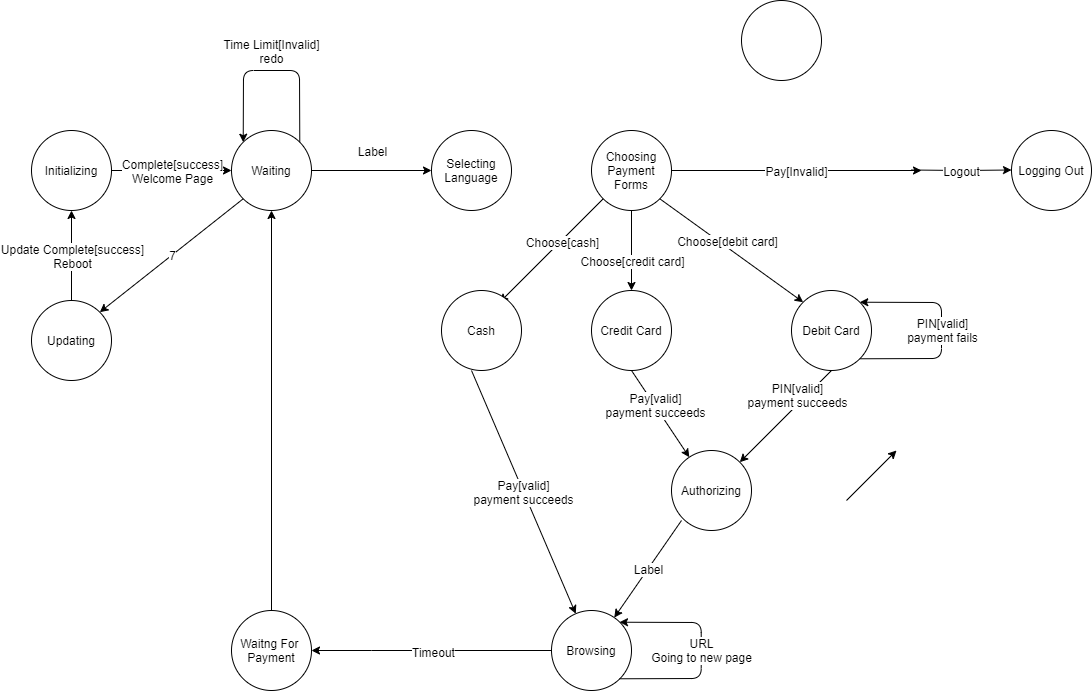
The draw.io diagram test_12046.png in RAND1925/drawio_draft, before a commit. Source tidied: cells renumbered, new cells last; positions are measured from the earlier drawing's top-left corner, leaving out a move shared by most shapes. Its diagram source:
```xml
<mxGraphModel background="#ffffff">
  <root>
    <mxCell id="0" />
    <mxCell id="1" parent="0" />
    <mxCell id="2" value="Initializing" style="ellipse;whiteSpace=wrap;html=1;" parent="1" vertex="1">
      <mxGeometry y="130" width="80" height="80" as="geometry" />
    </mxCell>
    <mxCell id="3" style="endArrow=classic;html=1;entryX=0;entryY=0.5;entryDx=0;entryDy=0;exitX=1;exitY=0.5;exitDx=0;exitDy=0;" parent="1" edge="1" source="2" target="23">
      <mxGeometry relative="1" as="geometry">
        <Array as="points">
          <mxPoint x="150" y="170" />
        </Array>
      </mxGeometry>
    </mxCell>
    <mxCell id="4" value="Complete[success]&lt;br&gt;Welcome Page" style="edgeLabel;html=1;align=center;verticalAlign=middle;" parent="3" vertex="1">
      <mxGeometry relative="1" as="geometry" />
    </mxCell>
    <mxCell id="5" style="endArrow=classic;html=1;" parent="1" edge="1" source="7">
      <mxGeometry relative="1" as="geometry">
        <mxPoint x="890" y="170" as="targetPoint" />
      </mxGeometry>
    </mxCell>
    <mxCell id="6" value="Pay[Invalid]" style="edgeLabel;html=1;align=center;verticalAlign=middle;" parent="5" vertex="1">
      <mxGeometry relative="1" as="geometry">
        <mxPoint x="-1" as="offset" />
      </mxGeometry>
    </mxCell>
    <mxCell id="7" value="Choosing&lt;br&gt;Payment Forms" style="ellipse;whiteSpace=wrap;html=1;" parent="1" vertex="1">
      <mxGeometry x="560" y="130" width="80" height="80" as="geometry" />
    </mxCell>
    <mxCell id="8" value="Logging Out" style="ellipse;whiteSpace=wrap;html=1;" parent="1" vertex="1">
      <mxGeometry x="980" y="130" width="80" height="80" as="geometry" />
    </mxCell>
    <mxCell id="9" style="ellipse;whiteSpace=wrap;html=1;" parent="1" vertex="1">
      <mxGeometry x="710" width="80" height="80" as="geometry" />
    </mxCell>
    <mxCell id="10" style="endArrow=classic;html=1;" parent="1" edge="1">
      <mxGeometry relative="1" as="geometry">
        <mxPoint x="880" y="169.5" as="sourcePoint" />
        <mxPoint x="980" y="169.5" as="targetPoint" />
        <Array as="points">
          <mxPoint x="930" y="170" />
        </Array>
      </mxGeometry>
    </mxCell>
    <mxCell id="11" value="Logout" style="edgeLabel;html=1;align=center;verticalAlign=middle;" parent="10" vertex="1">
      <mxGeometry relative="1" as="geometry" />
    </mxCell>
    <mxCell id="12" style="endArrow=classic;html=1;entryX=1;entryY=0;entryDx=0;entryDy=0;" parent="1" edge="1" source="7">
      <mxGeometry relative="1" as="geometry">
        <mxPoint x="468.3" y="301.7" as="targetPoint" />
      </mxGeometry>
    </mxCell>
    <mxCell id="13" value="Choose[cash]" style="edgeLabel;html=1;align=center;verticalAlign=middle;" parent="12" vertex="1">
      <mxGeometry relative="1" as="geometry">
        <mxPoint x="10.6" y="-8.7" as="offset" />
      </mxGeometry>
    </mxCell>
    <mxCell id="14" value="Cash" style="ellipse;whiteSpace=wrap;html=1;" parent="1" vertex="1">
      <mxGeometry x="410" y="290" width="80" height="80" as="geometry" />
    </mxCell>
    <mxCell id="15" style="rounded=0;jettySize=auto;html=1;exitX=0.5;exitY=1;exitDx=0;exitDy=0;" parent="1" edge="1" source="17" target="31">
      <mxGeometry relative="1" as="geometry" />
    </mxCell>
    <mxCell id="16" value="Pay[valid]&lt;br&gt;payment succeeds" style="edgeLabel;html=1;align=center;verticalAlign=middle;" parent="15" vertex="1">
      <mxGeometry x="-0.2" relative="1" as="geometry" />
    </mxCell>
    <mxCell id="17" value="Credit Card" style="ellipse;whiteSpace=wrap;html=1;" parent="1" vertex="1">
      <mxGeometry x="560" y="290" width="80" height="80" as="geometry" />
    </mxCell>
    <mxCell id="18" style="endArrow=classic;html=1;exitX=0.5;exitY=1;exitDx=0;exitDy=0;entryX=0.5;entryY=0;entryDx=0;entryDy=0;" parent="1" edge="1" source="7" target="17">
      <mxGeometry relative="1" as="geometry" />
    </mxCell>
    <mxCell id="19" value="Choose[credit card]" style="edgeLabel;html=1;align=center;verticalAlign=middle;" parent="18" vertex="1">
      <mxGeometry relative="1" as="geometry">
        <mxPoint y="10" as="offset" />
      </mxGeometry>
    </mxCell>
    <mxCell id="20" value="Debit Card" style="ellipse;whiteSpace=wrap;html=1;" parent="1" vertex="1">
      <mxGeometry x="760" y="290" width="80" height="80" as="geometry" />
    </mxCell>
    <mxCell id="21" style="endArrow=classic;html=1;exitX=1;exitY=1;exitDx=0;exitDy=0;entryX=0;entryY=0;entryDx=0;entryDy=0;" parent="1" edge="1" source="7" target="20">
      <mxGeometry relative="1" as="geometry" />
    </mxCell>
    <mxCell id="22" value="Choose[debit card]" style="edgeLabel;html=1;align=center;verticalAlign=middle;" parent="21" vertex="1">
      <mxGeometry relative="1" as="geometry">
        <mxPoint x="-4.5" y="-9.4" as="offset" />
      </mxGeometry>
    </mxCell>
    <mxCell id="23" value="Waiting" style="ellipse;whiteSpace=wrap;html=1;" parent="1" vertex="1">
      <mxGeometry x="200" y="130" width="80" height="80" as="geometry" />
    </mxCell>
    <mxCell id="24" style="endArrow=classic;html=1;exitX=0.5;exitY=0;exitDx=0;exitDy=0;entryX=0.5;entryY=1;entryDx=0;entryDy=0;" parent="1" edge="1" source="41" target="23">
      <mxGeometry relative="1" as="geometry" />
    </mxCell>
    <mxCell id="25" style="endArrow=classic;html=1;exitX=0.5;exitY=1;exitDx=0;exitDy=0;entryX=1;entryY=0;entryDx=0;entryDy=0;" parent="1" edge="1" source="20" target="31">
      <mxGeometry relative="1" as="geometry" />
    </mxCell>
    <mxCell id="26" value="PIN[valid]&lt;br&gt;payment succeeds" style="edgeLabel;html=1;align=center;verticalAlign=middle;" parent="25" vertex="1">
      <mxGeometry relative="1" as="geometry">
        <mxPoint x="11" y="-21.3" as="offset" />
      </mxGeometry>
    </mxCell>
    <mxCell id="27" style="endArrow=classic;html=1;exitX=1;exitY=0;exitDx=0;exitDy=0;entryX=0;entryY=0;entryDx=0;entryDy=0;" parent="1" edge="1" source="23" target="23">
      <mxGeometry relative="1" as="geometry">
        <Array as="points">
          <mxPoint x="268" y="70" />
          <mxPoint x="212" y="70" />
        </Array>
      </mxGeometry>
    </mxCell>
    <mxCell id="28" value="Time Limit[Invalid]&lt;br&gt;redo" style="edgeLabel;html=1;align=center;verticalAlign=middle;" parent="27" vertex="1">
      <mxGeometry relative="1" as="geometry">
        <mxPoint x="0.3" y="-20" as="offset" />
      </mxGeometry>
    </mxCell>
    <mxCell id="29" style="endArrow=classic;html=1;exitX=1;exitY=1;exitDx=0;exitDy=0;entryX=1;entryY=0;entryDx=0;entryDy=0;" parent="1" edge="1" source="20" target="20">
      <mxGeometry relative="1" as="geometry">
        <Array as="points">
          <mxPoint x="910" y="358" />
          <mxPoint x="910" y="302" />
        </Array>
      </mxGeometry>
    </mxCell>
    <mxCell id="30" value="PIN[valid]&lt;br&gt;payment fails" style="edgeLabel;html=1;align=center;verticalAlign=middle;" parent="29" vertex="1">
      <mxGeometry relative="1" as="geometry" />
    </mxCell>
    <mxCell id="31" value="Authorizing" style="ellipse;whiteSpace=wrap;html=1;" parent="1" vertex="1">
      <mxGeometry x="640" y="450" width="80" height="80" as="geometry" />
    </mxCell>
    <mxCell id="32" style="endArrow=classic;html=1;exitX=0.5;exitY=1;exitDx=0;exitDy=0;" parent="1" edge="1" target="36">
      <mxGeometry relative="1" as="geometry">
        <mxPoint x="440" y="370" as="sourcePoint" />
      </mxGeometry>
    </mxCell>
    <mxCell id="33" value="Pay[valid]&lt;br&gt;payment succeeds" style="edgeLabel;html=1;align=center;verticalAlign=middle;" parent="32" vertex="1">
      <mxGeometry relative="1" as="geometry" />
    </mxCell>
    <mxCell id="34" style="edgeStyle=none;rounded=0;jettySize=auto;html=1;exitX=0;exitY=0.5;exitDx=0;exitDy=0;entryX=1;entryY=0.5;entryDx=0;entryDy=0;" parent="1" edge="1" source="36" target="41">
      <mxGeometry relative="1" as="geometry">
        <Array as="points">
          <mxPoint x="340" y="650" />
        </Array>
      </mxGeometry>
    </mxCell>
    <mxCell id="35" value="Timeout" style="edgeLabel;html=1;align=center;verticalAlign=middle;" parent="34" vertex="1">
      <mxGeometry x="-0.01" y="1" relative="1" as="geometry" />
    </mxCell>
    <mxCell id="36" value="Browsing" style="ellipse;whiteSpace=wrap;html=1;" parent="1" vertex="1">
      <mxGeometry x="520" y="610" width="80" height="80" as="geometry" />
    </mxCell>
    <mxCell id="37" style="endArrow=classic;html=1;exitX=0.125;exitY=0.875;exitDx=0;exitDy=0;exitPerimeter=0;" parent="1" edge="1" source="31" target="36">
      <mxGeometry relative="1" as="geometry" />
    </mxCell>
    <mxCell id="38" value="Label" style="edgeLabel;html=1;align=center;verticalAlign=middle;" parent="37" vertex="1">
      <mxGeometry relative="1" as="geometry" />
    </mxCell>
    <mxCell id="39" style="endArrow=classic;html=1;exitX=1;exitY=1;exitDx=0;exitDy=0;entryX=1;entryY=0;entryDx=0;entryDy=0;" parent="1" edge="1">
      <mxGeometry relative="1" as="geometry">
        <mxPoint x="588" y="678.3" as="sourcePoint" />
        <mxPoint x="588" y="621.7" as="targetPoint" />
        <Array as="points">
          <mxPoint x="669.7" y="678" />
          <mxPoint x="669.7" y="622" />
        </Array>
      </mxGeometry>
    </mxCell>
    <mxCell id="40" value="URL&lt;br&gt;Going to new page" style="edgeLabel;html=1;align=center;verticalAlign=middle;" parent="39" vertex="1">
      <mxGeometry relative="1" as="geometry" />
    </mxCell>
    <mxCell id="41" value="Waitng For&amp;nbsp;&lt;br&gt;Payment" style="ellipse;whiteSpace=wrap;html=1;" parent="1" vertex="1">
      <mxGeometry x="200" y="610" width="80" height="80" as="geometry" />
    </mxCell>
    <mxCell id="42" style="endArrow=classic;html=1;" parent="1" edge="1">
      <mxGeometry relative="1" as="geometry">
        <mxPoint x="815" y="500" as="sourcePoint" />
        <mxPoint x="865" y="450" as="targetPoint" />
      </mxGeometry>
    </mxCell>
    <mxCell id="43" value="Updating" style="ellipse;whiteSpace=wrap;html=1;" parent="1" vertex="1">
      <mxGeometry y="300" width="80" height="80" as="geometry" />
    </mxCell>
    <mxCell id="44" style="endArrow=classic;html=1;exitX=0;exitY=1;exitDx=0;exitDy=0;entryX=1;entryY=0;entryDx=0;entryDy=0;" parent="1" edge="1" source="23" target="43">
      <mxGeometry relative="1" as="geometry" />
    </mxCell>
    <mxCell id="45" value="7" style="edgeLabel;html=1;align=center;verticalAlign=middle;" parent="44" vertex="1">
      <mxGeometry relative="1" as="geometry" />
    </mxCell>
    <mxCell id="46" style="endArrow=classic;html=1;exitX=0.5;exitY=0;exitDx=0;exitDy=0;entryX=0.5;entryY=1;entryDx=0;entryDy=0;" parent="1" edge="1" source="43" target="2">
      <mxGeometry relative="1" as="geometry" />
    </mxCell>
    <mxCell id="47" value="Update Complete[success]&lt;br&gt;Reboot" style="edgeLabel;html=1;align=center;verticalAlign=middle;" parent="46" vertex="1">
      <mxGeometry relative="1" as="geometry" />
    </mxCell>
    <mxCell id="48" value="Selecting&lt;br&gt;Language" style="ellipse;whiteSpace=wrap;html=1;" parent="1" vertex="1">
      <mxGeometry x="400" y="130" width="80" height="80" as="geometry" />
    </mxCell>
    <mxCell id="49" style="endArrow=classic;html=1;exitX=1;exitY=0.5;exitDx=0;exitDy=0;entryX=0;entryY=0.5;entryDx=0;entryDy=0;" parent="1" edge="1" source="23" target="48">
      <mxGeometry relative="1" as="geometry" />
    </mxCell>
    <mxCell id="50" value="Label" style="edgeLabel;html=1;align=center;verticalAlign=middle;" parent="49" vertex="1">
      <mxGeometry relative="1" as="geometry">
        <mxPoint y="-20" as="offset" />
      </mxGeometry>
    </mxCell>
  </root>
</mxGraphModel>
```
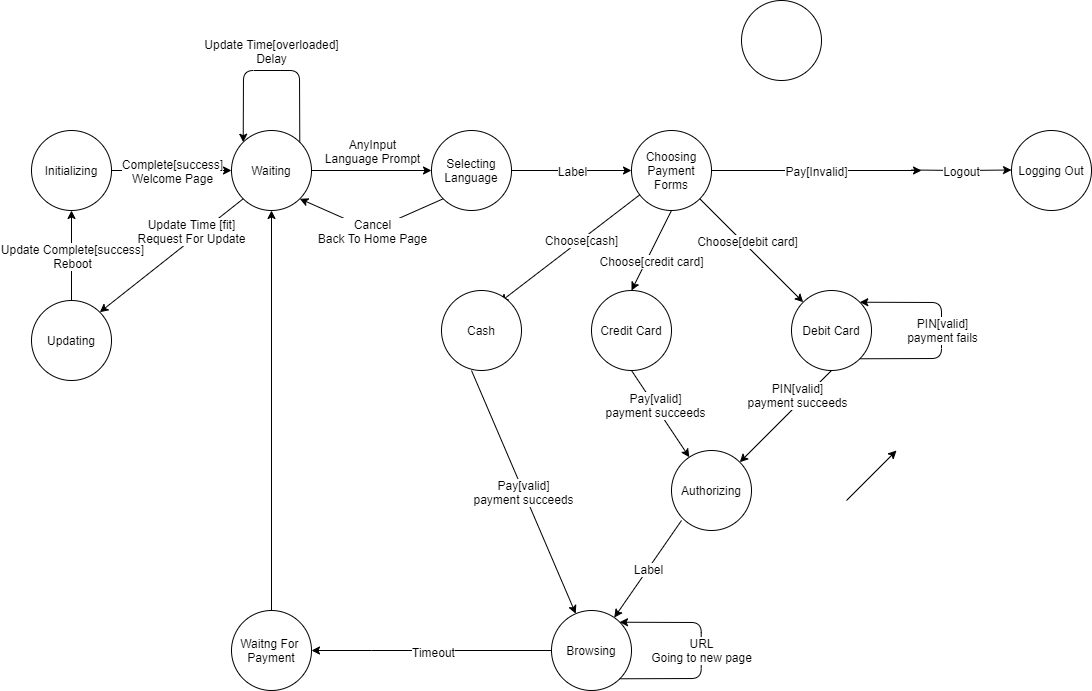
Above is the later version.

The edit, as a diff of the source:
```diff
@@ -26,7 +26,7 @@
       </mxGeometry>
     </mxCell>
     <mxCell id="7" value="Choosing&lt;br&gt;Payment Forms" style="ellipse;whiteSpace=wrap;html=1;" parent="1" vertex="1">
-      <mxGeometry x="560" y="130" width="80" height="80" as="geometry" />
+      <mxGeometry x="600" y="130" width="80" height="80" as="geometry" />
     </mxCell>
     <mxCell id="8" value="Logging Out" style="ellipse;whiteSpace=wrap;html=1;" parent="1" vertex="1">
       <mxGeometry x="980" y="130" width="80" height="80" as="geometry" />
@@ -109,7 +109,7 @@
         </Array>
       </mxGeometry>
     </mxCell>
-    <mxCell id="28" value="Time Limit[Invalid]&lt;br&gt;redo" style="edgeLabel;html=1;align=center;verticalAlign=middle;" parent="27" vertex="1">
+    <mxCell id="28" value="Update Time[overloaded]&lt;br&gt;Delay" style="edgeLabel;html=1;align=center;verticalAlign=middle;" parent="27" vertex="1">
       <mxGeometry relative="1" as="geometry">
         <mxPoint x="0.3" y="-20" as="offset" />
       </mxGeometry>
@@ -183,8 +183,10 @@
     <mxCell id="44" style="endArrow=classic;html=1;exitX=0;exitY=1;exitDx=0;exitDy=0;entryX=1;entryY=0;entryDx=0;entryDy=0;" parent="1" edge="1" source="23" target="43">
       <mxGeometry relative="1" as="geometry" />
     </mxCell>
-    <mxCell id="45" value="7" style="edgeLabel;html=1;align=center;verticalAlign=middle;" parent="44" vertex="1">
-      <mxGeometry relative="1" as="geometry" />
+    <mxCell id="45" value="Update Time [fit]&lt;br&gt;Request For Update" style="edgeLabel;html=1;align=center;verticalAlign=middle;" parent="44" vertex="1">
+      <mxGeometry relative="1" as="geometry">
+        <mxPoint x="19.7" y="-24.7" as="offset" />
+      </mxGeometry>
     </mxCell>
     <mxCell id="46" style="endArrow=classic;html=1;exitX=0.5;exitY=0;exitDx=0;exitDy=0;entryX=0.5;entryY=1;entryDx=0;entryDy=0;" parent="1" edge="1" source="43" target="2">
       <mxGeometry relative="1" as="geometry" />
@@ -198,10 +200,26 @@
     <mxCell id="49" style="endArrow=classic;html=1;exitX=1;exitY=0.5;exitDx=0;exitDy=0;entryX=0;entryY=0.5;entryDx=0;entryDy=0;" parent="1" edge="1" source="23" target="48">
       <mxGeometry relative="1" as="geometry" />
     </mxCell>
-    <mxCell id="50" value="Label" style="edgeLabel;html=1;align=center;verticalAlign=middle;" parent="49" vertex="1">
+    <mxCell id="50" value="AnyInput&lt;br&gt;Language Prompt" style="edgeLabel;html=1;align=center;verticalAlign=middle;" parent="49" vertex="1">
       <mxGeometry relative="1" as="geometry">
         <mxPoint y="-20" as="offset" />
       </mxGeometry>
     </mxCell>
+    <mxCell id="51" style="endArrow=classic;html=1;entryX=0;entryY=0.5;entryDx=0;entryDy=0;" parent="1" edge="1" source="48" target="7">
+      <mxGeometry relative="1" as="geometry" />
+    </mxCell>
+    <mxCell id="52" value="Label" style="edgeLabel;html=1;align=center;verticalAlign=middle;" parent="51" vertex="1">
+      <mxGeometry relative="1" as="geometry" />
+    </mxCell>
+    <mxCell id="53" style="endArrow=classic;html=1;exitX=0;exitY=1;exitDx=0;exitDy=0;entryX=1;entryY=1;entryDx=0;entryDy=0;" parent="1" edge="1" source="48" target="23">
+      <mxGeometry relative="1" as="geometry">
+        <Array as="points">
+          <mxPoint x="340" y="230" />
+        </Array>
+      </mxGeometry>
+    </mxCell>
+    <mxCell id="54" value="Cancel&lt;br&gt;Back To Home Page" style="edgeLabel;html=1;align=center;verticalAlign=middle;" parent="53" vertex="1">
+      <mxGeometry relative="1" as="geometry" />
+    </mxCell>
   </root>
 </mxGraphModel>
```
